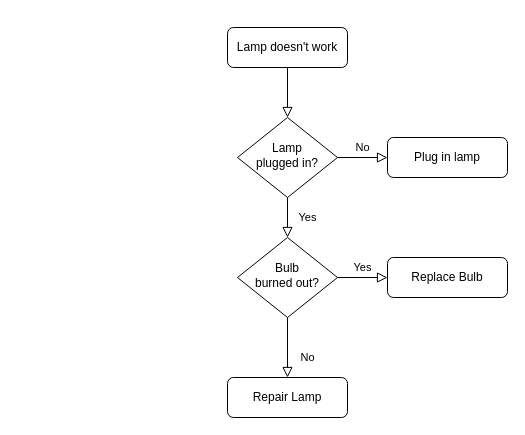
Above: Milestone 1 Flowchart Diagram.drawio in amandaxay/Interactive_Map (draw.io), before the change. Source tidied: cells renumbered, new cells numbered last; positions are measured from the earlier drawing's top-left corner, leaving out a move shared by most shapes. Both pictures are drawn from the tidied source at 100%, with x=0, y=0 at pixel (227, 27).
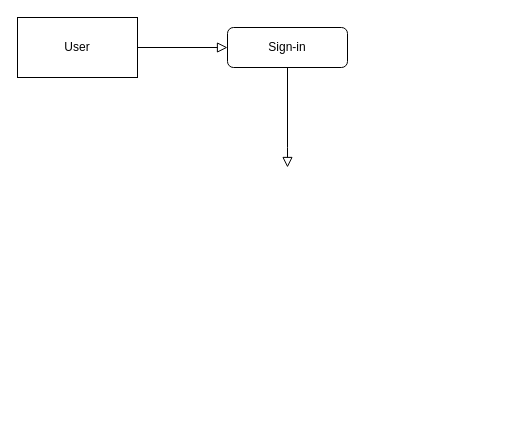
Above is the later version.

What changed in the source:
```diff
@@
 <mxGraphModel>
   <root>
     <mxCell id="0" />
     <mxCell id="1" parent="0" />
-    <mxCell id="2" style="rounded=0;html=1;jettySize=auto;fontSize=11;endArrow=block;endFill=0;endSize=8;strokeWidth=1;shadow=0;labelBackgroundColor=none;edgeStyle=orthogonalEdgeStyle;" parent="1" edge="1" source="3" target="6">
+    <mxCell id="2" style="rounded=0;html=1;jettySize=auto;fontSize=11;endArrow=block;endFill=0;endSize=8;strokeWidth=1;shadow=0;labelBackgroundColor=none;edgeStyle=orthogonalEdgeStyle;exitX=1;exitY=0.5;exitDx=0;exitDy=0;entryX=0;entryY=0.5;entryDx=0;entryDy=0;" parent="1" edge="1" source="13" target="3">
       <mxGeometry relative="1" as="geometry" />
     </mxCell>
-    <mxCell id="3" value="Lamp doesn't work" style="rounded=1;whiteSpace=wrap;html=1;fontSize=12;glass=0;strokeWidth=1;shadow=0;" parent="1" vertex="1">
+    <mxCell id="3" value="Sign-in" style="rounded=1;whiteSpace=wrap;html=1;fontSize=12;glass=0;strokeWidth=1;shadow=0;" parent="1" vertex="1">
       <mxGeometry width="120" height="40" as="geometry" />
     </mxCell>
-    <mxCell id="4" value="Yes" style="rounded=0;html=1;jettySize=auto;fontSize=11;endArrow=block;endFill=0;endSize=8;strokeWidth=1;shadow=0;labelBackgroundColor=none;edgeStyle=orthogonalEdgeStyle;" parent="1" edge="1" source="6" target="10">
-      <mxGeometry y="20" relative="1" as="geometry" />
-    </mxCell>
-    <mxCell id="5" value="No" style="edgeStyle=orthogonalEdgeStyle;rounded=0;html=1;jettySize=auto;fontSize=11;endArrow=block;endFill=0;endSize=8;strokeWidth=1;shadow=0;labelBackgroundColor=none;" parent="1" edge="1" source="6" target="7">
-      <mxGeometry y="10" relative="1" as="geometry" />
-    </mxCell>
-    <mxCell id="6" value="Lamp&lt;br&gt;plugged in?" style="rhombus;whiteSpace=wrap;html=1;shadow=0;fontFamily=Helvetica;fontSize=12;align=center;strokeWidth=1;spacing=6;spacingTop=-4;" parent="1" vertex="1">
-      <mxGeometry x="10" y="90" width="100" height="80" as="geometry" />
-    </mxCell>
-    <mxCell id="7" value="Plug in lamp" style="rounded=1;whiteSpace=wrap;html=1;fontSize=12;glass=0;strokeWidth=1;shadow=0;" parent="1" vertex="1">
-      <mxGeometry x="160" y="110" width="120" height="40" as="geometry" />
-    </mxCell>
-    <mxCell id="8" value="No" style="rounded=0;html=1;jettySize=auto;fontSize=11;endArrow=block;endFill=0;endSize=8;strokeWidth=1;shadow=0;labelBackgroundColor=none;edgeStyle=orthogonalEdgeStyle;" parent="1" edge="1" source="10" target="11">
-      <mxGeometry x="0.33" y="20" relative="1" as="geometry" />
-    </mxCell>
-    <mxCell id="9" value="Yes" style="edgeStyle=orthogonalEdgeStyle;rounded=0;html=1;jettySize=auto;fontSize=11;endArrow=block;endFill=0;endSize=8;strokeWidth=1;shadow=0;labelBackgroundColor=none;" parent="1" edge="1" source="10" target="12">
-      <mxGeometry y="10" relative="1" as="geometry" />
-    </mxCell>
-    <mxCell id="10" value="Bulb&lt;br&gt;burned out?" style="rhombus;whiteSpace=wrap;html=1;shadow=0;fontFamily=Helvetica;fontSize=12;align=center;strokeWidth=1;spacing=6;spacingTop=-4;" parent="1" vertex="1">
-      <mxGeometry x="10" y="210" width="100" height="80" as="geometry" />
-    </mxCell>
-    <mxCell id="11" value="Repair Lamp" style="rounded=1;whiteSpace=wrap;html=1;fontSize=12;glass=0;strokeWidth=1;shadow=0;" parent="1" vertex="1">
-      <mxGeometry y="350" width="120" height="40" as="geometry" />
-    </mxCell>
-    <mxCell id="12" value="Replace Bulb" style="rounded=1;whiteSpace=wrap;html=1;fontSize=12;glass=0;strokeWidth=1;shadow=0;" parent="1" vertex="1">
-      <mxGeometry x="160" y="230" width="120" height="40" as="geometry" />
-    </mxCell>
+    <mxCell id="13" value="User" style="rounded=0;whiteSpace=wrap;html=1;" parent="1" vertex="1">
+      <mxGeometry x="-210" y="-10" width="120" height="60" as="geometry" />
+    </mxCell>
+    <mxCell id="14" style="rounded=0;html=1;jettySize=auto;fontSize=11;endArrow=block;endFill=0;endSize=8;strokeWidth=1;shadow=0;labelBackgroundColor=none;edgeStyle=orthogonalEdgeStyle;exitX=0.5;exitY=1;exitDx=0;exitDy=0;" parent="1" edge="1" source="3">
+      <mxGeometry relative="1" as="geometry">
+        <mxPoint x="60" y="140" as="targetPoint" />
+        <Array as="points">
+          <mxPoint x="60" y="120" />
+          <mxPoint x="60" y="120" />
+        </Array>
+      </mxGeometry>
+    </mxCell>
   </root>
 </mxGraphModel>
```
